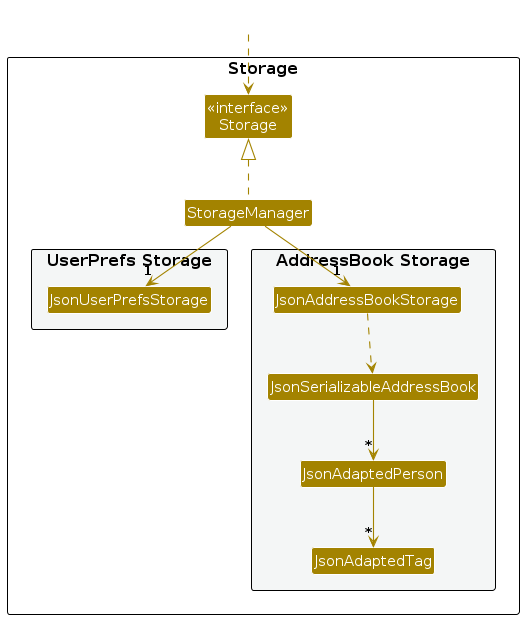
The PlantUML diagram diagrams/StorageClassDiagram.png in AY2627S1-CS2103-F10-1/tp, before a commit. Its source is kept beside it as diagrams/StorageClassDiagram.puml.
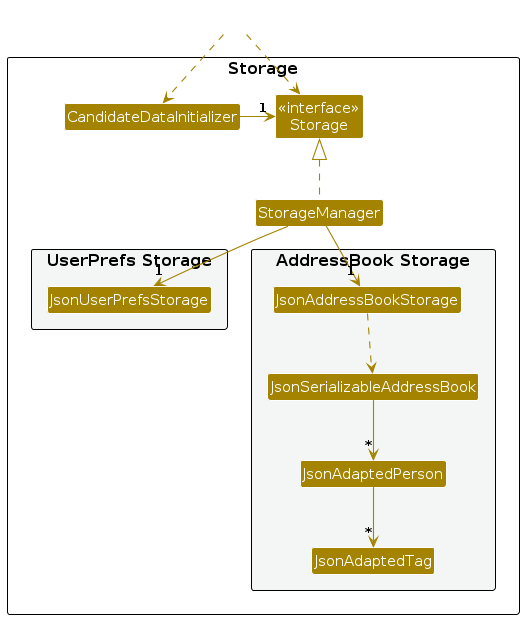
The same file after the commit.

Diff of the diagram source:
```diff
@@ -8,6 +8,7 @@
 
 Class "<<interface>>\nStorage" as Storage
 Class StorageManager
+Class CandidateDataInitializer
 
 package "UserPrefs Storage" #F4F6F6{
 Class JsonUserPrefsStorage
@@ -24,7 +25,9 @@
 
 Class HiddenOutside #FFFFFF
 HiddenOutside ..> Storage
+HiddenOutside ..> CandidateDataInitializer
 
+CandidateDataInitializer -right-> "1" Storage
 StorageManager .up.|> Storage
 StorageManager -down-> "1" JsonUserPrefsStorage
 StorageManager -down-> "1" JsonAddressBookStorage
```
